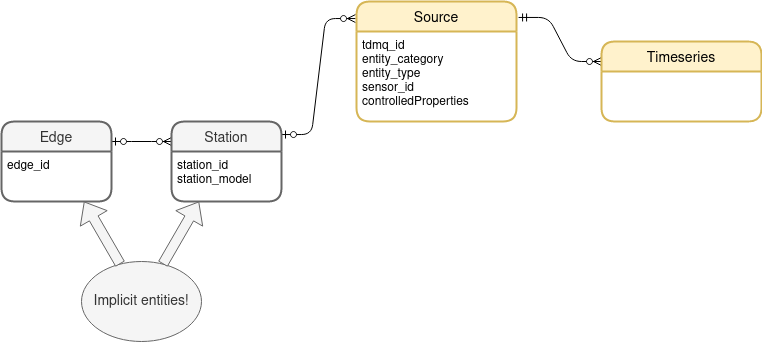
tdm-project/tdm-polystore keeps this draw.io diagram as images/API_model.png. Above is the earlier version. Source tidied: cells renumbered, new cells last; positions are measured from the earlier drawing's top-left corner, leaving out a move shared by most shapes.
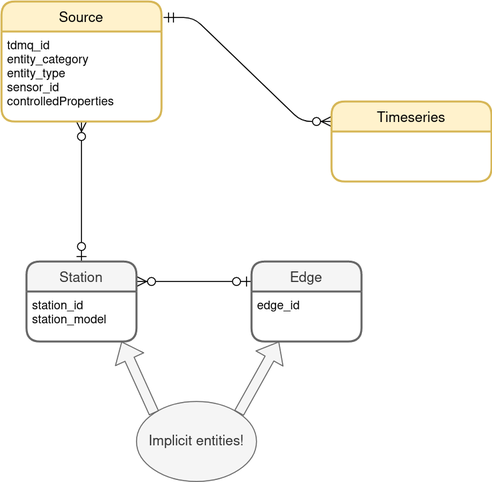
After the commit.

Change to the diagram source:
```diff
@@ -2,29 +2,29 @@
   <root>
     <mxCell id="0" />
     <mxCell id="1" parent="0" />
-    <mxCell id="2" style="edgeStyle=entityRelationEdgeStyle;fontSize=12;html=1;endArrow=ERzeroToMany;startArrow=ERmandOne;entryX=0;entryY=0.25;entryDx=0;entryDy=0;exitX=1.013;exitY=0.133;exitDx=0;exitDy=0;exitPerimeter=0;" parent="1" edge="1" source="9" target="11">
+    <mxCell id="2" style="edgeStyle=entityRelationEdgeStyle;fontSize=12;html=1;endArrow=ERzeroToMany;startArrow=ERmandOne;entryX=0;entryY=0.25;entryDx=0;entryDy=0;exitX=1.013;exitY=0.133;exitDx=0;exitDy=0;exitPerimeter=0;endSize=8;startSize=8;" parent="1" edge="1" source="9" target="11">
       <mxGeometry relative="1" as="geometry" />
     </mxCell>
-    <mxCell id="3" style="edgeStyle=entityRelationEdgeStyle;fontSize=12;html=1;endArrow=ERzeroToMany;startArrow=ERzeroToOne;entryX=-0.006;entryY=0.142;entryDx=0;entryDy=0;exitX=1;exitY=0.163;exitDx=0;exitDy=0;entryPerimeter=0;exitPerimeter=0;" parent="1" edge="1" source="7" target="9">
+    <mxCell id="3" style="fontSize=12;html=1;endArrow=ERzeroToMany;startArrow=ERzeroToOne;exitX=0.5;exitY=0;exitDx=0;exitDy=0;entryX=0.5;entryY=1;entryDx=0;entryDy=0;endSize=8;startSize=8;" parent="1" edge="1" source="7" target="10">
       <mxGeometry relative="1" as="geometry" />
     </mxCell>
-    <mxCell id="4" style="edgeStyle=entityRelationEdgeStyle;fontSize=12;html=1;endArrow=ERzeroToMany;startArrow=ERzeroToOne;entryX=0;entryY=0.25;entryDx=0;entryDy=0;exitX=1;exitY=0.25;exitDx=0;exitDy=0;" parent="1" edge="1" source="5" target="7">
+    <mxCell id="4" style="edgeStyle=entityRelationEdgeStyle;fontSize=12;html=1;endArrow=ERzeroToMany;startArrow=ERzeroToOne;entryX=1;entryY=0.25;entryDx=0;entryDy=0;exitX=0;exitY=0.25;exitDx=0;exitDy=0;endSize=8;startSize=8;" parent="1" edge="1" source="5" target="7">
       <mxGeometry relative="1" as="geometry" />
     </mxCell>
     <mxCell id="5" value="Edge" style="swimlane;horizontal=1;startSize=30;rounded=1;fontSize=14;fontStyle=0;strokeWidth=2;shadow=0;dashed=0;align=center;fillColor=#f5f5f5;strokeColor=#666666;fontColor=#333333;" parent="1" vertex="1">
-      <mxGeometry y="120" width="110" height="80" as="geometry" />
+      <mxGeometry x="520" y="200" width="110" height="80" as="geometry" />
     </mxCell>
     <mxCell id="6" value="edge_id" style="align=left;strokeColor=none;fillColor=none;spacingLeft=4;fontSize=12;verticalAlign=top;" parent="5" vertex="1">
       <mxGeometry y="30" width="110" height="50" as="geometry" />
     </mxCell>
     <mxCell id="7" value="Station" style="swimlane;horizontal=1;startSize=30;rounded=1;fontSize=14;fontStyle=0;strokeWidth=2;shadow=0;dashed=0;align=center;fillColor=#f5f5f5;strokeColor=#666666;fontColor=#333333;" parent="1" vertex="1">
-      <mxGeometry x="170" y="120" width="110" height="80" as="geometry" />
+      <mxGeometry x="295" y="200" width="110" height="80" as="geometry" />
     </mxCell>
     <mxCell id="8" value="station_id&#10;station_model&#10;" style="align=left;strokeColor=none;fillColor=none;spacingLeft=4;fontSize=12;verticalAlign=top;" parent="7" vertex="1">
       <mxGeometry y="30" width="110" height="50" as="geometry" />
     </mxCell>
     <mxCell id="9" value="Source" style="swimlane;horizontal=1;startSize=30;rounded=1;fontSize=14;fontStyle=0;strokeWidth=2;shadow=0;dashed=0;align=center;fillColor=#fff2cc;strokeColor=#d6b656;" parent="1" vertex="1">
-      <mxGeometry x="355" width="160" height="120" as="geometry" />
+      <mxGeometry x="270" y="-60" width="160" height="120" as="geometry" />
     </mxCell>
     <mxCell id="10" value="tdmq_id&#10;entity_category&#10;entity_type&#10;sensor_id&#10;controlledProperties&#10;" style="align=left;strokeColor=none;fillColor=none;spacingLeft=4;fontSize=12;verticalAlign=top;" parent="9" vertex="1">
       <mxGeometry y="30" width="160" height="90" as="geometry" />
@@ -33,12 +33,14 @@
       <mxGeometry x="600" y="40" width="160" height="80" as="geometry" />
     </mxCell>
     <mxCell id="12" value="&lt;font style=&quot;font-size: 14px&quot;&gt;Implicit entities!&lt;br&gt;&lt;/font&gt;" style="ellipse;whiteSpace=wrap;html=1;fillColor=#f5f5f5;strokeColor=#666666;fontColor=#333333;" parent="1" vertex="1">
-      <mxGeometry x="80" y="260" width="120" height="80" as="geometry" />
+      <mxGeometry x="405" y="340" width="120" height="80" as="geometry" />
     </mxCell>
-    <mxCell id="13" style="shape=flexArrow;endArrow=classic;html=1;entryX=0.25;entryY=1;entryDx=0;entryDy=0;fillColor=#f5f5f5;strokeColor=#666666;" parent="1" edge="1" source="12" target="7">
-      <mxGeometry relative="1" as="geometry" />
+    <mxCell id="13" style="shape=flexArrow;endArrow=classic;html=1;fillColor=#f5f5f5;strokeColor=#666666;exitX=0;exitY=0;exitDx=0;exitDy=0;" parent="1" edge="1" source="12">
+      <mxGeometry relative="1" as="geometry">
+        <mxPoint x="390" y="280" as="targetPoint" />
+      </mxGeometry>
     </mxCell>
-    <mxCell id="14" style="shape=flexArrow;endArrow=classic;html=1;entryX=0.75;entryY=1;entryDx=0;entryDy=0;fillColor=#f5f5f5;strokeColor=#666666;" parent="1" edge="1" source="12" target="6">
+    <mxCell id="14" style="shape=flexArrow;endArrow=classic;html=1;entryX=0.25;entryY=1;entryDx=0;entryDy=0;fillColor=#f5f5f5;strokeColor=#666666;exitX=1;exitY=0;exitDx=0;exitDy=0;" parent="1" edge="1" source="12" target="6">
       <mxGeometry relative="1" as="geometry" />
     </mxCell>
   </root>
```
